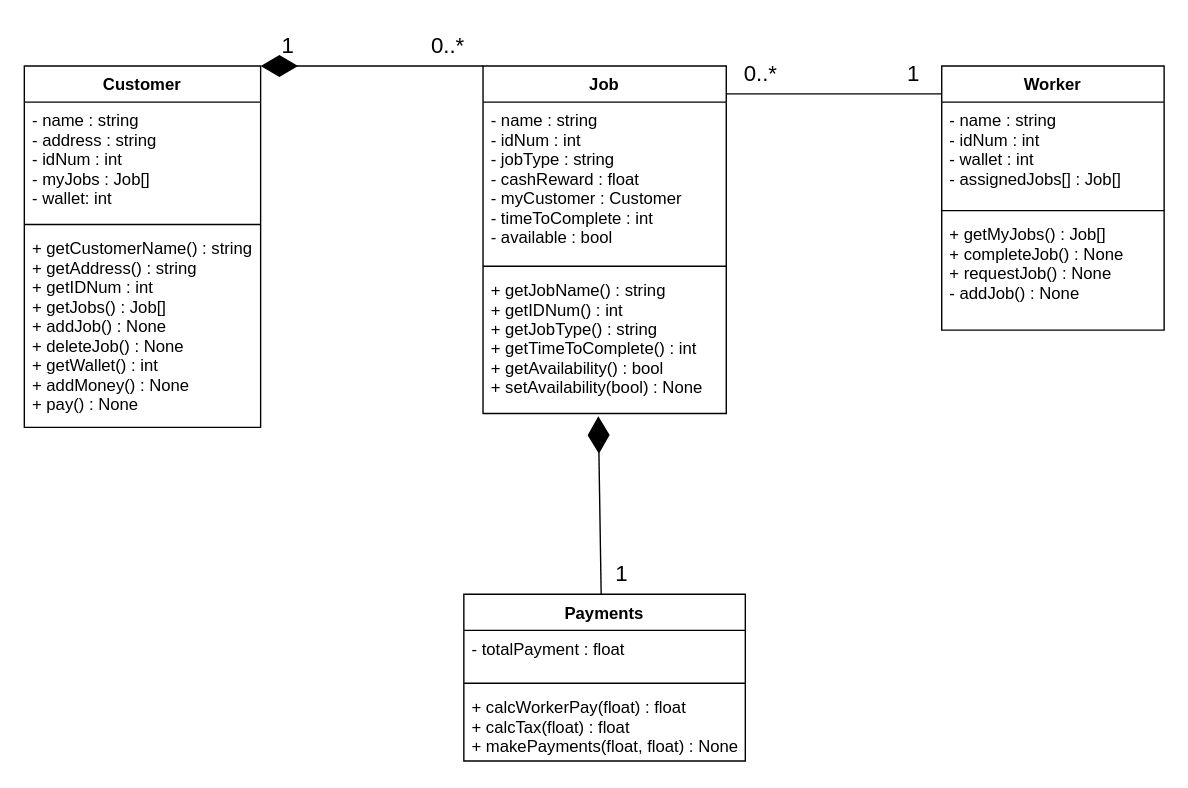
Earlier version of the draw.io diagram docs/umlClassDiagramsSrc/JobClassDiagram.drawio (davevstorey/9-usu-cs3450-sp2022). Source tidied: cells renumbered, new cells numbered last; positions are measured from the earlier drawing's top-left corner, leaving out a move shared by most shapes. Both pictures are drawn from the tidied source at 139%, with x=0, y=0 at pixel (24, 24).
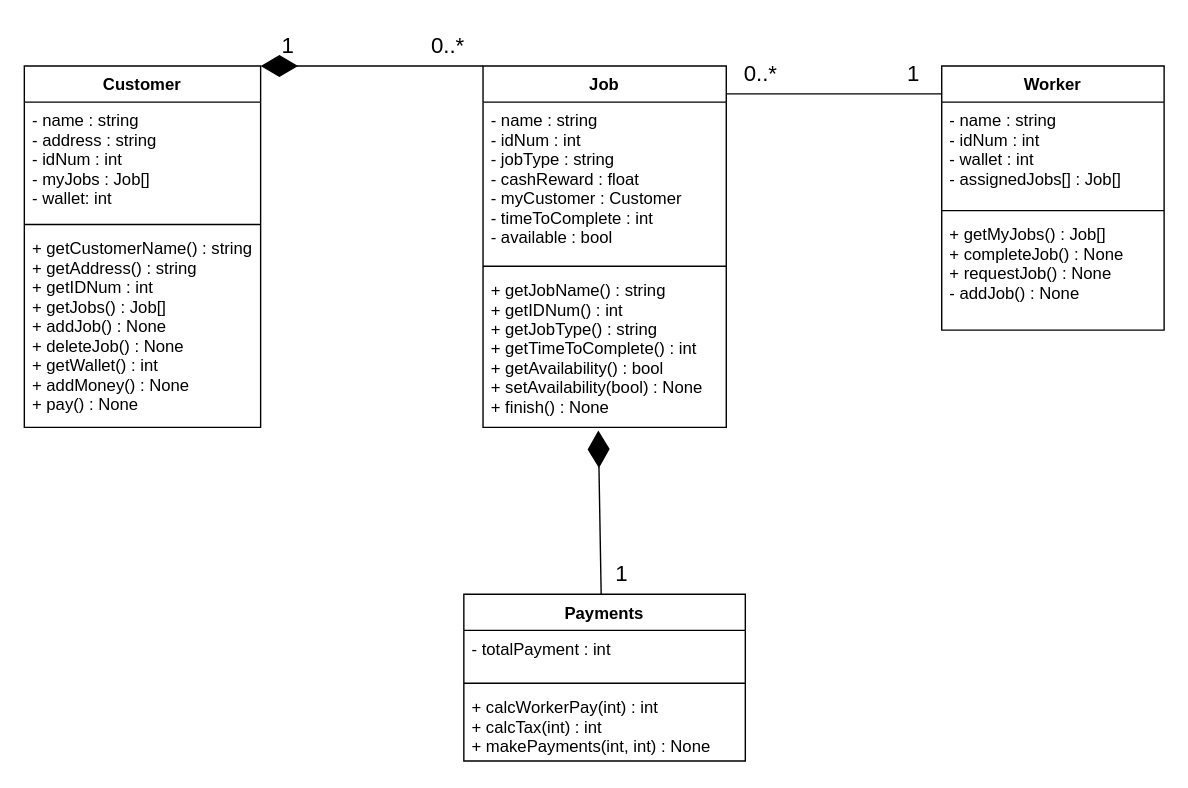
Above is the later version.

Commit message (it also covers changes not shown here):
Changed the Job UML class diagram

Unchanged cells that the change refers to:
```xml
<mxCell id="10" value="Payments" style="swimlane;fontStyle=1;align=center;verticalAlign=top;horizontal=1;startSize=26;rounded=0;sketch=0;" parent="1" vertex="1">
  <mxGeometry x="316.2" y="410" width="202.5" height="120" as="geometry" />
</mxCell>
```

Change to the diagram source:
```diff
@@
     <mxCell id="2" value="Job" style="swimlane;fontStyle=1;align=center;verticalAlign=top;horizontal=1;startSize=26;" parent="1" vertex="1">
-      <mxGeometry x="330" y="30" width="175" height="250" as="geometry" />
+      <mxGeometry x="330" y="30" width="175" height="260" as="geometry" />
     </mxCell>
@@
-    <mxCell id="5" value="+ getJobName() : string&#10;+ getIDNum() : int&#10;+ getJobType() : string&#10;+ getTimeToComplete() : int&#10;+ getAvailability() : bool&#10;+ setAvailability(bool) : None" style="text;strokeColor=none;fillColor=none;align=left;verticalAlign=top;spacingLeft=4;spacingRight=4;overflow=hidden;points=[[0,0.5],[1,0.5]];portConstraint=eastwest;" parent="2" vertex="1">
-      <mxGeometry y="148" width="175" height="102" as="geometry" />
+    <mxCell id="5" value="+ getJobName() : string&#10;+ getIDNum() : int&#10;+ getJobType() : string&#10;+ getTimeToComplete() : int&#10;+ getAvailability() : bool&#10;+ setAvailability(bool) : None&#10;+ finish() : None" style="text;strokeColor=none;fillColor=none;align=left;verticalAlign=top;spacingLeft=4;spacingRight=4;overflow=hidden;points=[[0,0.5],[1,0.5]];portConstraint=eastwest;" parent="2" vertex="1">
+      <mxGeometry y="148" width="175" height="112" as="geometry" />
     </mxCell>
@@
-    <mxCell id="11" value="- totalPayment : float " style="text;strokeColor=none;fillColor=none;align=left;verticalAlign=top;spacingLeft=4;spacingRight=4;overflow=hidden;rounded=0;sketch=0;" parent="10" vertex="1">
+    <mxCell id="11" value="- totalPayment : int" style="text;strokeColor=none;fillColor=none;align=left;verticalAlign=top;spacingLeft=4;spacingRight=4;overflow=hidden;rounded=0;sketch=0;" parent="10" vertex="1">
       <mxGeometry y="26" width="202.5" height="34" as="geometry" />
     </mxCell>
@@
-    <mxCell id="13" value="+ calcWorkerPay(float) : float&#10;+ calcTax(float) : float&#10;+ makePayments(float, float) : None" style="text;strokeColor=none;fillColor=none;align=left;verticalAlign=top;spacingLeft=4;spacingRight=4;overflow=hidden;rounded=0;sketch=0;" parent="10" vertex="1">
+    <mxCell id="13" value="+ calcWorkerPay(int) : int&#10;+ calcTax(int) : int&#10;+ makePayments(int, int) : None" style="text;strokeColor=none;fillColor=none;align=left;verticalAlign=top;spacingLeft=4;spacingRight=4;overflow=hidden;rounded=0;sketch=0;" parent="10" vertex="1">
       <mxGeometry y="68" width="202.5" height="52" as="geometry" />
     </mxCell>
```
